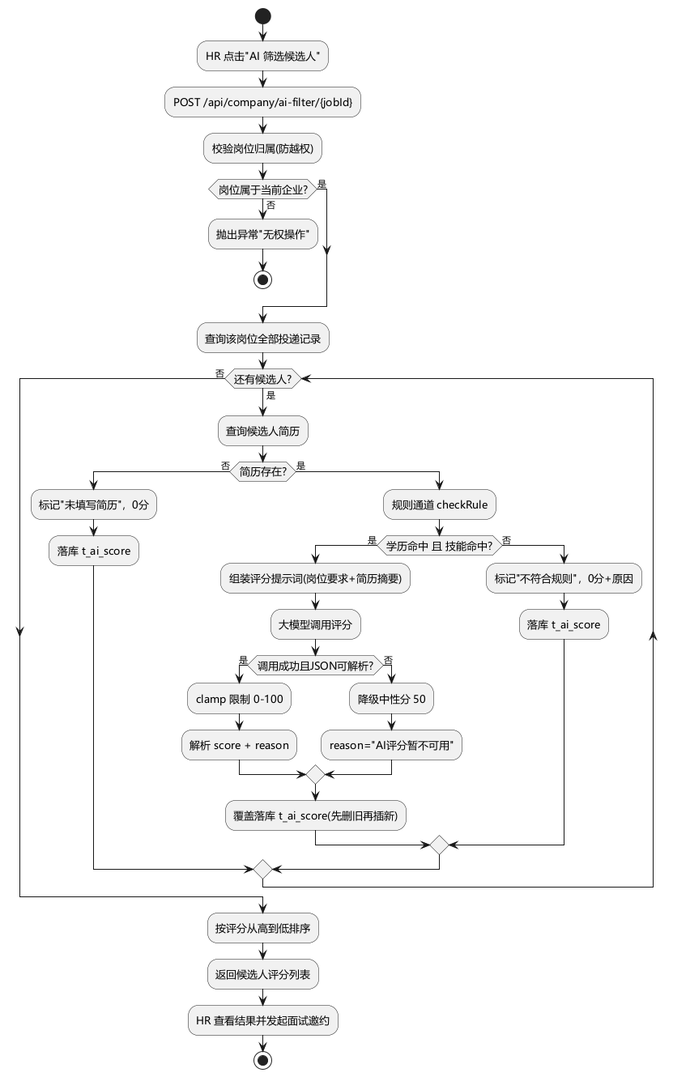
The PlantUML diagram uml/png/李翔/AI双通道筛选活动图.png in sheep7-bot/recruit-internship-system, before a commit. Its diagram source:
```plantuml
@startuml AI双通道筛选活动图
skinparam defaultFontName "Microsoft YaHei"
skinparam activityDiamondFontSize 13
skinparam activityFontSize 13
skinparam defaultTextAlignment center

start
:HR 点击"AI 筛选候选人";
:POST /api/company/ai-filter/{jobId};
:校验岗位归属(防越权);
if (岗位属于当前企业?) then (否)
  :抛出异常"无权操作";
  stop
else (是)
endif
:查询该岗位全部投递记录;
while (还有候选人?) is (是)
  :查询候选人简历;
  if (简历存在?) then (否)
    :标记"未填写简历"，0分;
    :落库 t_ai_score;
  else (是)
    :规则通道 checkRule;
    if (学历命中 且 技能命中?) then (是)
      :组装评分提示词(岗位要求+简历摘要);
      :大模型调用评分;
      if (调用成功且JSON可解析?) then (是)
        :clamp 限制 0-100;
        :解析 score + reason;
      else (否)
        :降级中性分 50;
        :reason="AI评分暂不可用";
      endif
      :覆盖落库 t_ai_score(先删旧再插新);
    else (否)
      :标记"不符合规则"，0分+原因;
      :落库 t_ai_score;
    endif
  endif
endwhile (否)
:按评分从高到低排序;
:返回候选人评分列表;
:HR 查看结果并发起面试邀约;
stop
@enduml
```
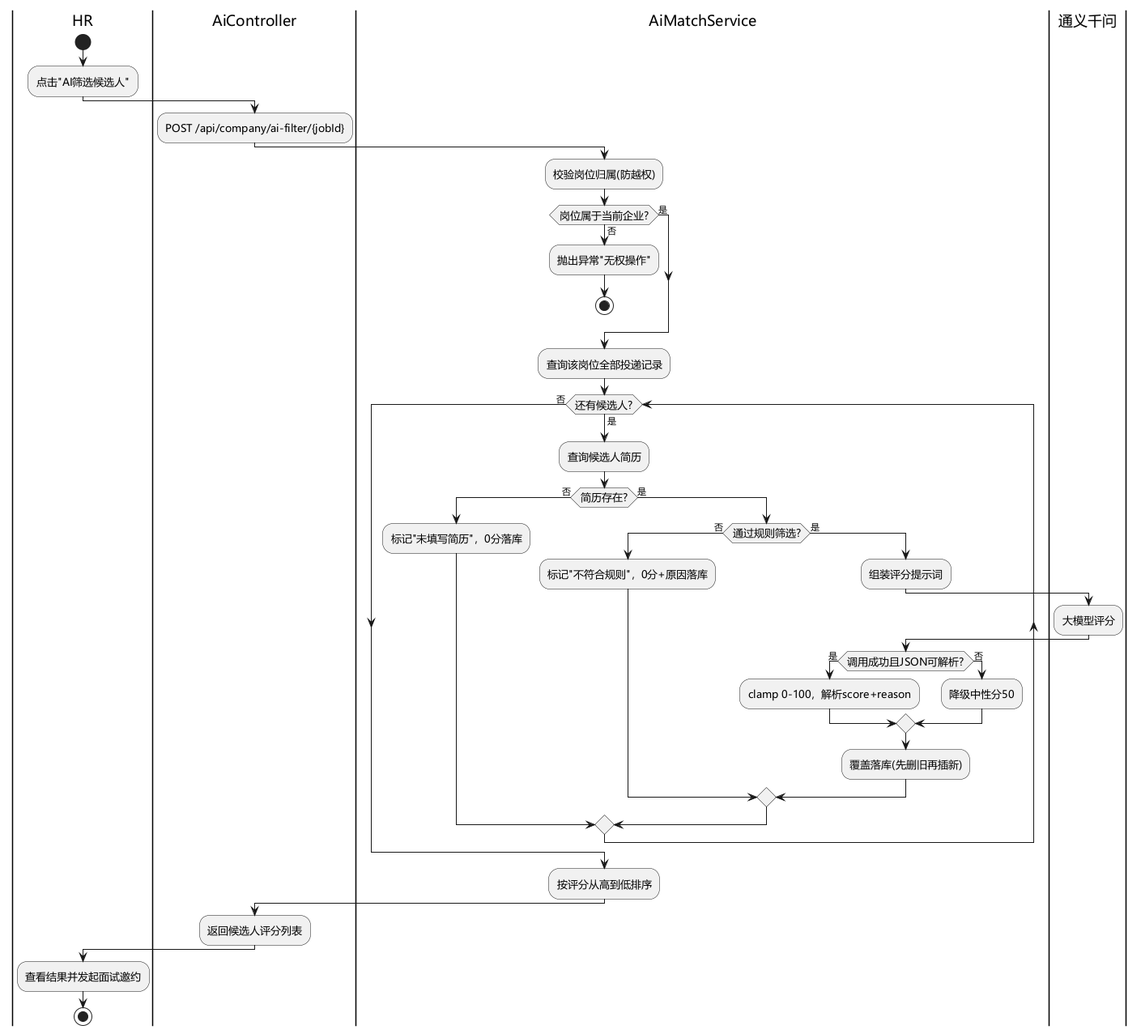
Later version of the same file.

Diff of the diagram source:
```diff
@@ -4,9 +4,12 @@
 skinparam activityFontSize 13
 skinparam defaultTextAlignment center
 
+|HR|
 start
-:HR 点击"AI 筛选候选人";
+:点击"AI筛选候选人";
+|AiController|
 :POST /api/company/ai-filter/{jobId};
+|AiMatchService|
 :校验岗位归属(防越权);
 if (岗位属于当前企业?) then (否)
   :抛出异常"无权操作";
@@ -17,29 +20,28 @@
 while (还有候选人?) is (是)
   :查询候选人简历;
   if (简历存在?) then (否)
-    :标记"未填写简历"，0分;
-    :落库 t_ai_score;
+    :标记"未填写简历"，0分落库;
   else (是)
-    :规则通道 checkRule;
-    if (学历命中 且 技能命中?) then (是)
-      :组装评分提示词(岗位要求+简历摘要);
-      :大模型调用评分;
+    if (通过规则筛选?) then (否)
+      :标记"不符合规则"，0分+原因落库;
+    else (是)
+      :组装评分提示词;
+      |通义千问|
+      :大模型评分;
+      |AiMatchService|
       if (调用成功且JSON可解析?) then (是)
-        :clamp 限制 0-100;
-        :解析 score + reason;
+        :clamp 0-100，解析score+reason;
       else (否)
-        :降级中性分 50;
-        :reason="AI评分暂不可用";
+        :降级中性分50;
       endif
-      :覆盖落库 t_ai_score(先删旧再插新);
-    else (否)
-      :标记"不符合规则"，0分+原因;
-      :落库 t_ai_score;
+      :覆盖落库(先删旧再插新);
     endif
   endif
 endwhile (否)
 :按评分从高到低排序;
+|AiController|
 :返回候选人评分列表;
-:HR 查看结果并发起面试邀约;
+|HR|
+:查看结果并发起面试邀约;
 stop
 @enduml
```
